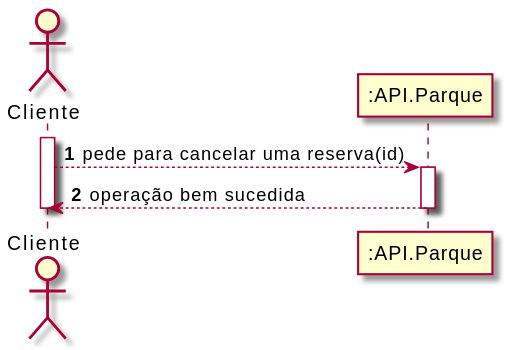
This is Documentos/Sprint2/UC3/UC3-SSD.svg from UPskillDOTNET/Jakim-das-Coives-S.A., a PlantUML export, as it was before one commit.
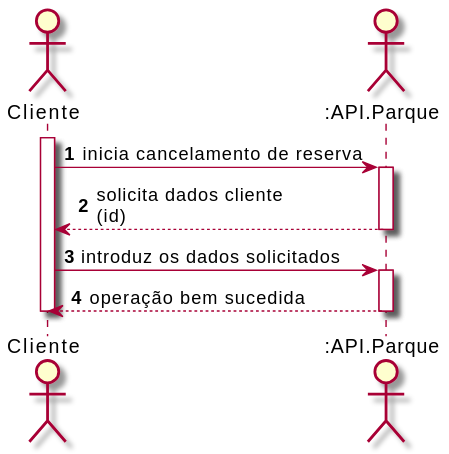
Later version of the same file.

What changed in the source:
```diff
@@ -1,13 +1,19 @@
 @startuml
 autonumber
-actor "Cliente" as SC
-participant ":API.Parque" as SA
+actor "Cliente" as UserNR
+actor ":API.Parque" as API
 
-activate SC
-SC --> SA : pede para cancelar uma reserva(id)
-activate SA
+activate UserNR
+UserNR -> "API" : inicia cancelamento de reserva
+activate "API"
+"API" --> UserNR : solicita dados cliente \n(id)
+deactivate "API"
 
-SA --> SC: operação bem sucedida
-deactivate SA
-deactivate SC
+UserNR -> "API" : introduz os dados solicitados
+activate "API"
+
+"API" --> UserNR : operação bem sucedida
+deactivate "API"
+
+deactivate UserNR
 @enduml
```
